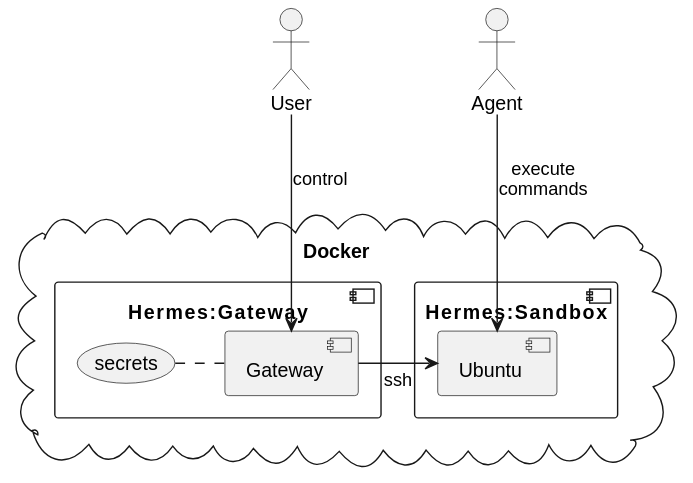
This is doc/overview.svg from mwaeckerlin/hermes, a PlantUML export, as it was before one commit. Its diagram source:
```plantuml
@startuml
cloud Docker {
  component [Openclaw:Gateway] {
    (secrets) . [Gateway]
  }
  component [Openclaw:Sandbox] {
    [Ubuntu]
  }
}
:User: --> [Gateway] : control
:Agent: --> [Ubuntu] : execute\ncommands
[Gateway] -> [Ubuntu] : ssh
@enduml
```
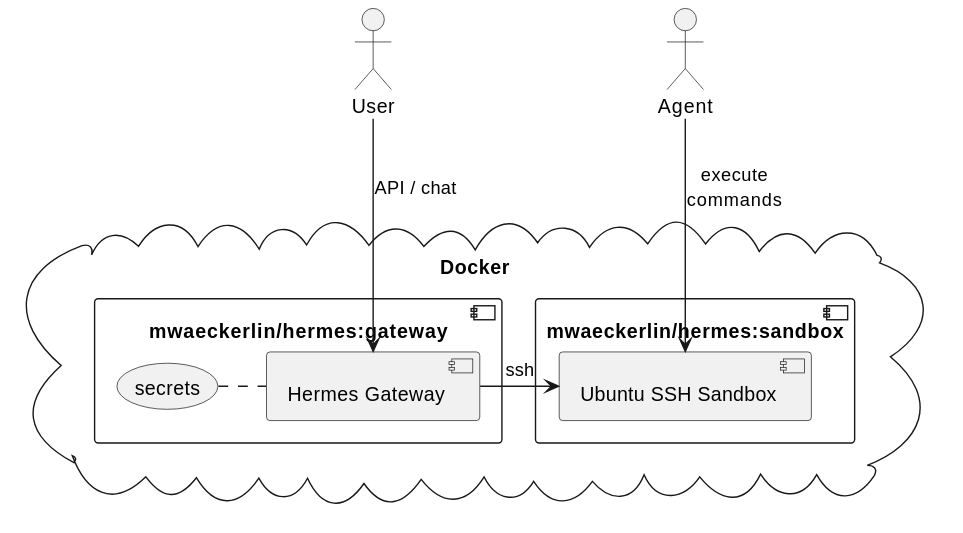
Later version of the same file.

Diff of the diagram source:
```diff
@@ -1,13 +1,13 @@
 @startuml
 cloud Docker {
-  component [Openclaw:Gateway] {
-    (secrets) . [Gateway]
+  component "mwaeckerlin/hermes:gateway" {
+    (secrets) . [Hermes Gateway]
   }
-  component [Openclaw:Sandbox] {
-    [Ubuntu]
+  component "mwaeckerlin/hermes:sandbox" {
+    [Ubuntu SSH Sandbox]
   }
 }
-:User: --> [Gateway] : control
-:Agent: --> [Ubuntu] : execute\ncommands
-[Gateway] -> [Ubuntu] : ssh
+:User: --> [Hermes Gateway] : API / chat
+[Hermes Gateway] -> [Ubuntu SSH Sandbox] : ssh
+:Agent: --> [Ubuntu SSH Sandbox] : execute\ncommands
 @enduml
```
